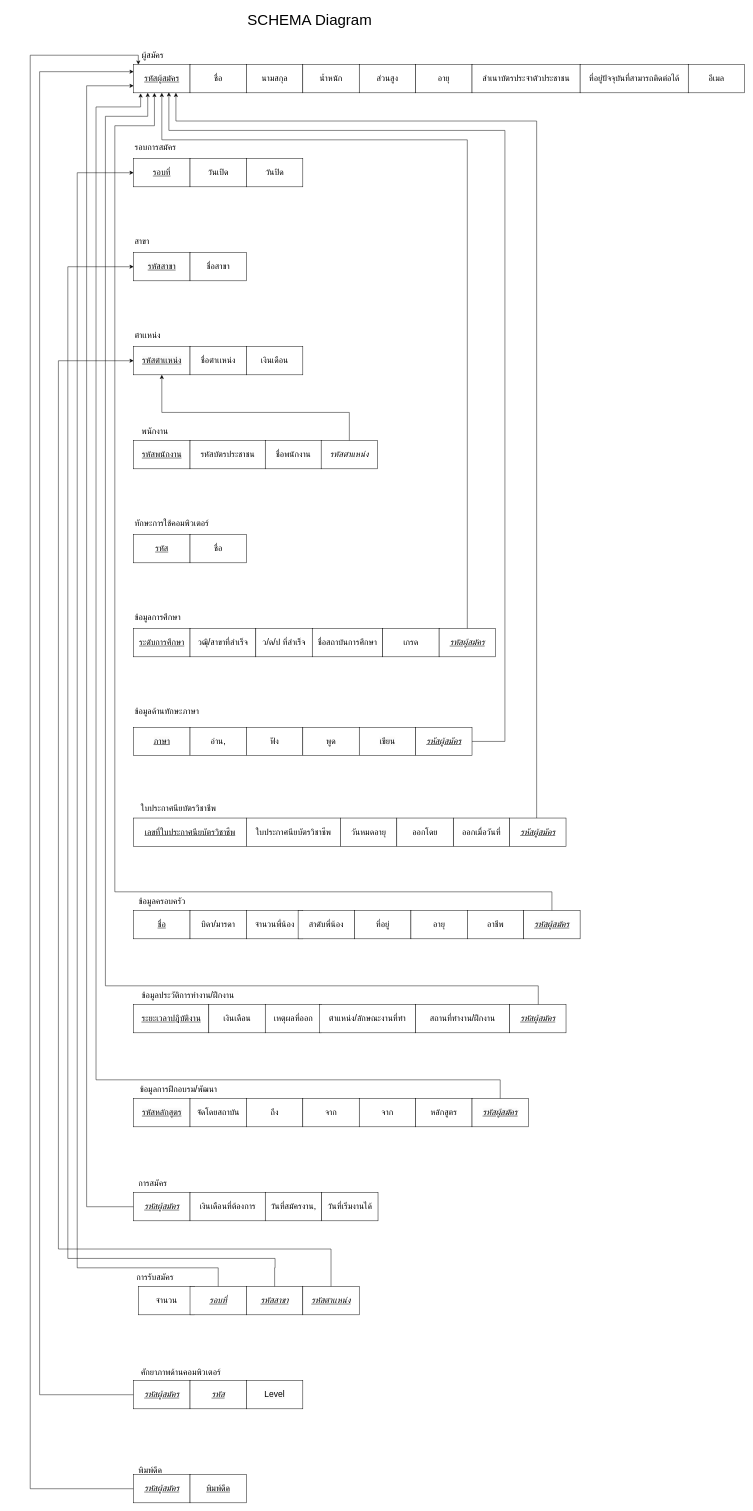
Before: page "Page-6" (6 of 6) of YZ.drawio in Exises/RandomSalt, a draw.io diagram. Source tidied: cells renumbered, new cells numbered last; positions are measured from the earlier drawing's top-left corner, leaving out a move shared by most shapes. Both pictures are drawn from the tidied source at 47%, with x=0, y=0 at pixel (30, 8).
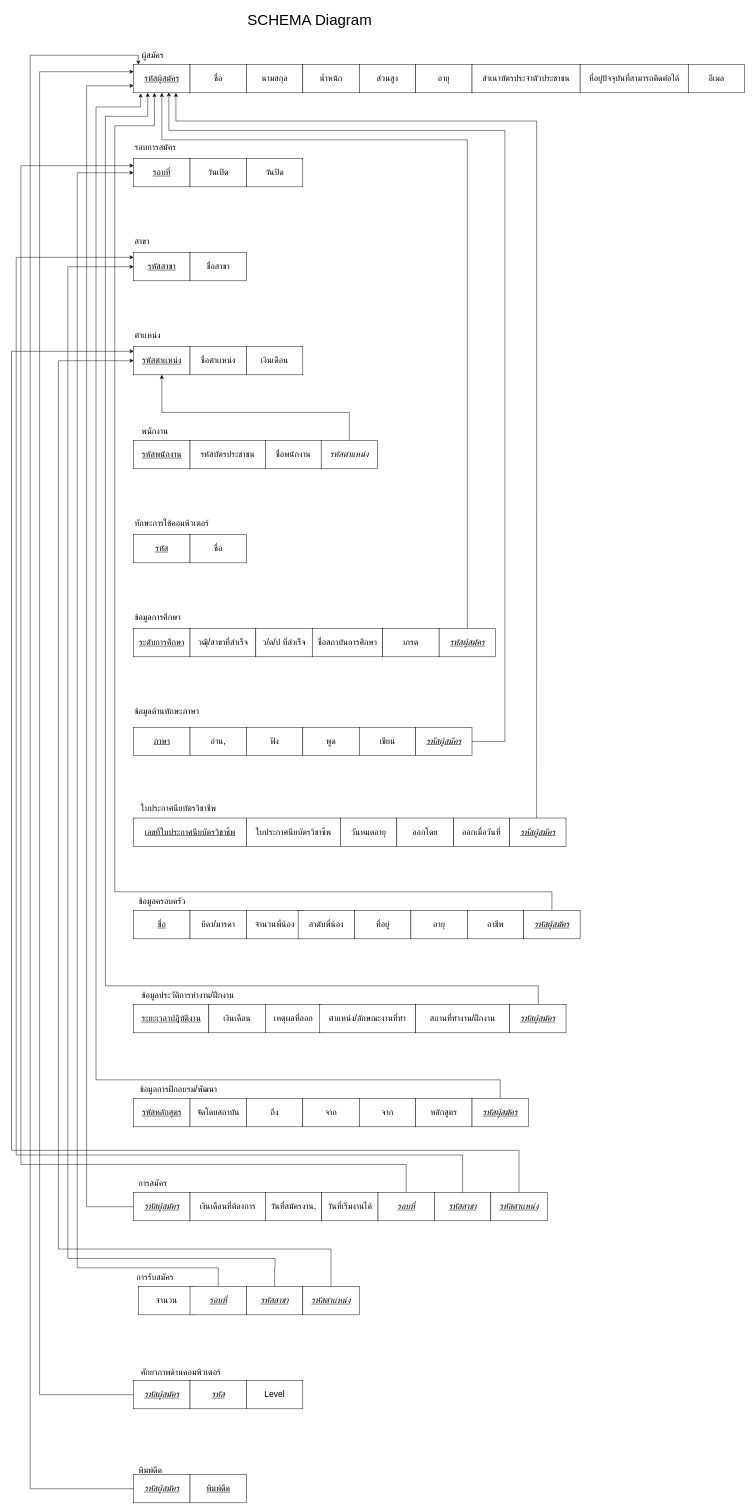
The same page after the edit.

The change refers to these unchanged cells:
```xml
<mxCell id="15" value="&lt;u style=&quot;font-size: 18px; text-align: left; text-wrap-mode: nowrap;&quot;&gt;รอบที่&lt;/u&gt;" style="rounded=0;whiteSpace=wrap;html=1;" parent="1" vertex="1">
  <mxGeometry x="219.8" y="320" width="120" height="60" as="geometry" />
</mxCell>
<mxCell id="18" value="&lt;span style=&quot;font-size: 18px; text-wrap-mode: nowrap;&quot;&gt;สาขา&lt;/span&gt;" style="text;whiteSpace=wrap;html=1;" parent="1" vertex="1">
  <mxGeometry x="219.8" y="480" width="90" height="50" as="geometry" />
</mxCell>
<mxCell id="21" value="&lt;span style=&quot;font-size: 18px; text-wrap-mode: nowrap;&quot;&gt;ตำเเหน่ง&lt;/span&gt;" style="text;whiteSpace=wrap;html=1;" parent="1" vertex="1">
  <mxGeometry x="219.8" y="680" width="90" height="50" as="geometry" />
</mxCell>
```

Diff of the diagram source:
```diff
@@
+    <mxCell id="108" style="edgeStyle=orthogonalEdgeStyle;rounded=0;jettySize=auto;html=1;entryX=0;entryY=0.25;entryDx=0;entryDy=0;exitX=0.5;exitY=0;exitDx=0;exitDy=0;" parent="1" edge="1" source="109" target="15">
+      <mxGeometry relative="1" as="geometry">
+        <Array as="points">
+          <mxPoint x="800" y="2460" />
+          <mxPoint x="-20" y="2460" />
+          <mxPoint x="-20" y="335" />
+        </Array>
+      </mxGeometry>
+    </mxCell>
+    <mxCell id="109" value="&lt;i style=&quot;font-size: 18px;&quot;&gt;&lt;u&gt;รอบที่&lt;/u&gt;&lt;/i&gt;" style="rounded=0;whiteSpace=wrap;html=1;" parent="1" vertex="1">
+      <mxGeometry x="739.8" y="2520" width="120" height="60" as="geometry" />
+    </mxCell>
+    <mxCell id="110" style="edgeStyle=orthogonalEdgeStyle;rounded=0;jettySize=auto;html=1;entryX=0;entryY=1;entryDx=0;entryDy=0;" parent="1" edge="1" target="18">
+      <mxGeometry relative="1" as="geometry">
+        <mxPoint x="919.8" y="2540" as="sourcePoint" />
+        <Array as="points">
+          <mxPoint x="920" y="2440" />
+          <mxPoint x="-30" y="2440" />
+          <mxPoint x="-30" y="530" />
+        </Array>
+      </mxGeometry>
+    </mxCell>
+    <mxCell id="111" value="&lt;i style=&quot;font-size: 18px; text-align: left; text-wrap-mode: nowrap;&quot;&gt;&lt;u&gt;รหัสสาขา&lt;/u&gt;&lt;/i&gt;" style="rounded=0;whiteSpace=wrap;html=1;" parent="1" vertex="1">
+      <mxGeometry x="859.8" y="2520" width="120" height="60" as="geometry" />
+    </mxCell>
+    <mxCell id="112" style="edgeStyle=orthogonalEdgeStyle;rounded=0;jettySize=auto;html=1;entryX=0;entryY=1;entryDx=0;entryDy=0;" parent="1" edge="1" source="113" target="21">
+      <mxGeometry relative="1" as="geometry">
+        <Array as="points">
+          <mxPoint x="1040" y="2430" />
+          <mxPoint x="-40" y="2430" />
+          <mxPoint x="-40" y="730" />
+        </Array>
+      </mxGeometry>
+    </mxCell>
+    <mxCell id="113" value="&lt;i style=&quot;font-size: 18px; text-align: left; text-wrap-mode: nowrap;&quot;&gt;&lt;u&gt;รหัสตำเเหน่ง&lt;/u&gt;&lt;/i&gt;" style="rounded=0;whiteSpace=wrap;html=1;" parent="1" vertex="1">
+      <mxGeometry x="979.8" y="2520" width="120" height="60" as="geometry" />
+    </mxCell>
```
